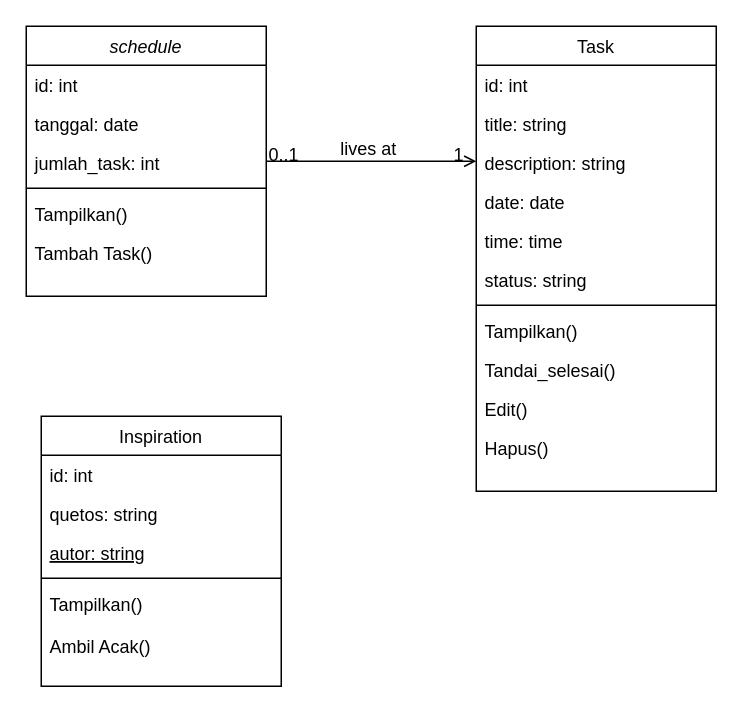
Earlier version of the draw.io diagram Class Diagram.drawio (tasyafbriani/Daily-Activity-Schedule). Source tidied: cells renumbered, new cells numbered last; positions are measured from the earlier drawing's top-left corner, leaving out a move shared by most shapes. Both pictures are drawn from the tidied source at 150%, with x=0, y=0 at pixel (26, 26).
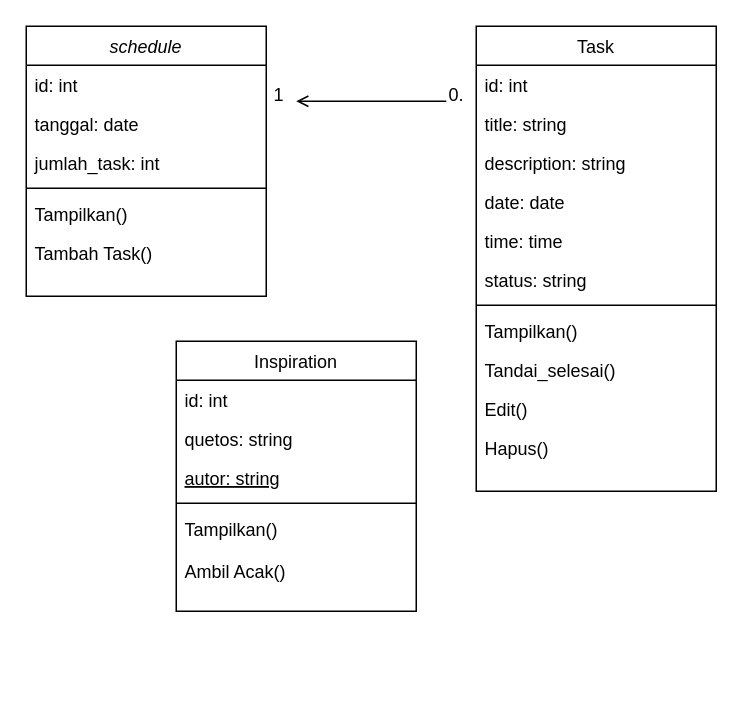
The same page after the edit.

Unchanged cells that the change refers to:
```xml
<mxCell id="2" value="schedule" style="swimlane;fontStyle=2;align=center;verticalAlign=top;horizontal=1;startSize=26;rounded=0;shadow=0;strokeWidth=1;" parent="1" vertex="1">
  <mxGeometry width="160" height="180" as="geometry" />
</mxCell>
<mxCell id="16" value="Task" style="swimlane;fontStyle=0;align=center;verticalAlign=top;horizontal=1;startSize=26;rounded=0;shadow=0;strokeWidth=1;" parent="1" vertex="1">
  <mxGeometry x="300" width="160" height="310" as="geometry" />
</mxCell>
```

The edit, as a diff of the source:
```diff
@@
     <mxCell id="9" value="Inspiration" style="swimlane;fontStyle=0;align=center;verticalAlign=top;horizontal=1;startSize=26;rounded=0;shadow=0;strokeWidth=1;" parent="1" vertex="1">
-      <mxGeometry x="10" y="260" width="160" height="180" as="geometry" />
+      <mxGeometry x="100" y="210" width="160" height="180" as="geometry" />
     </mxCell>
@@
-    <mxCell id="28" style="endArrow=open;shadow=0;strokeWidth=1;rounded=0;curved=0;endFill=1;edgeStyle=elbowEdgeStyle;elbow=vertical;" parent="1" edge="1" source="2" target="16">
-      <mxGeometry x="0.5" y="41" relative="1" as="geometry">
-        <mxPoint x="-40" y="32" as="offset" />
-      </mxGeometry>
-    </mxCell>
-    <mxCell id="29" value="0..1" style="align=left;verticalAlign=bottom;labelBackgroundColor=none;fontSize=12;" parent="28" vertex="1">
-      <mxGeometry x="-1" relative="1" as="geometry">
-        <mxPoint y="4" as="offset" />
-      </mxGeometry>
-    </mxCell>
+    <mxCell id="32" style="endArrow=open;shadow=0;strokeWidth=1;rounded=0;curved=0;endFill=1;edgeStyle=elbowEdgeStyle;elbow=vertical;" parent="1" edge="1">
+      <mxGeometry x="0.5" y="41" relative="1" as="geometry">
+        <mxPoint x="280" y="50" as="sourcePoint" />
+        <mxPoint x="180" y="50" as="targetPoint" />
+        <mxPoint x="-40" y="32" as="offset" />
+      </mxGeometry>
+    </mxCell>
+    <mxCell id="33" value="0." style="align=left;verticalAlign=bottom;labelBackgroundColor=none;fontSize=12;" parent="32" vertex="1">
+      <mxGeometry x="-1" relative="1" as="geometry">
+        <mxPoint y="4" as="offset" />
+      </mxGeometry>
+    </mxCell>
-    <mxCell id="30" value="1" style="align=right;verticalAlign=bottom;labelBackgroundColor=none;fontSize=12;" parent="28" vertex="1">
+    <mxCell id="30" value="1" style="align=right;verticalAlign=bottom;labelBackgroundColor=none;fontSize=12;" parent="32" vertex="1">
       <mxGeometry x="1" relative="1" as="geometry">
         <mxPoint x="-7" y="4" as="offset" />
       </mxGeometry>
     </mxCell>
-    <mxCell id="31" value="lives at" style="text;html=1;align=center;verticalAlign=middle;labelBackgroundColor=none;rounded=0;shadow=0;strokeWidth=1;fontSize=12;" parent="28" vertex="1">
-      <mxGeometry x="0.5" y="49" relative="1" as="geometry">
-        <mxPoint x="-38" y="40" as="offset" />
-      </mxGeometry>
-    </mxCell>
```
